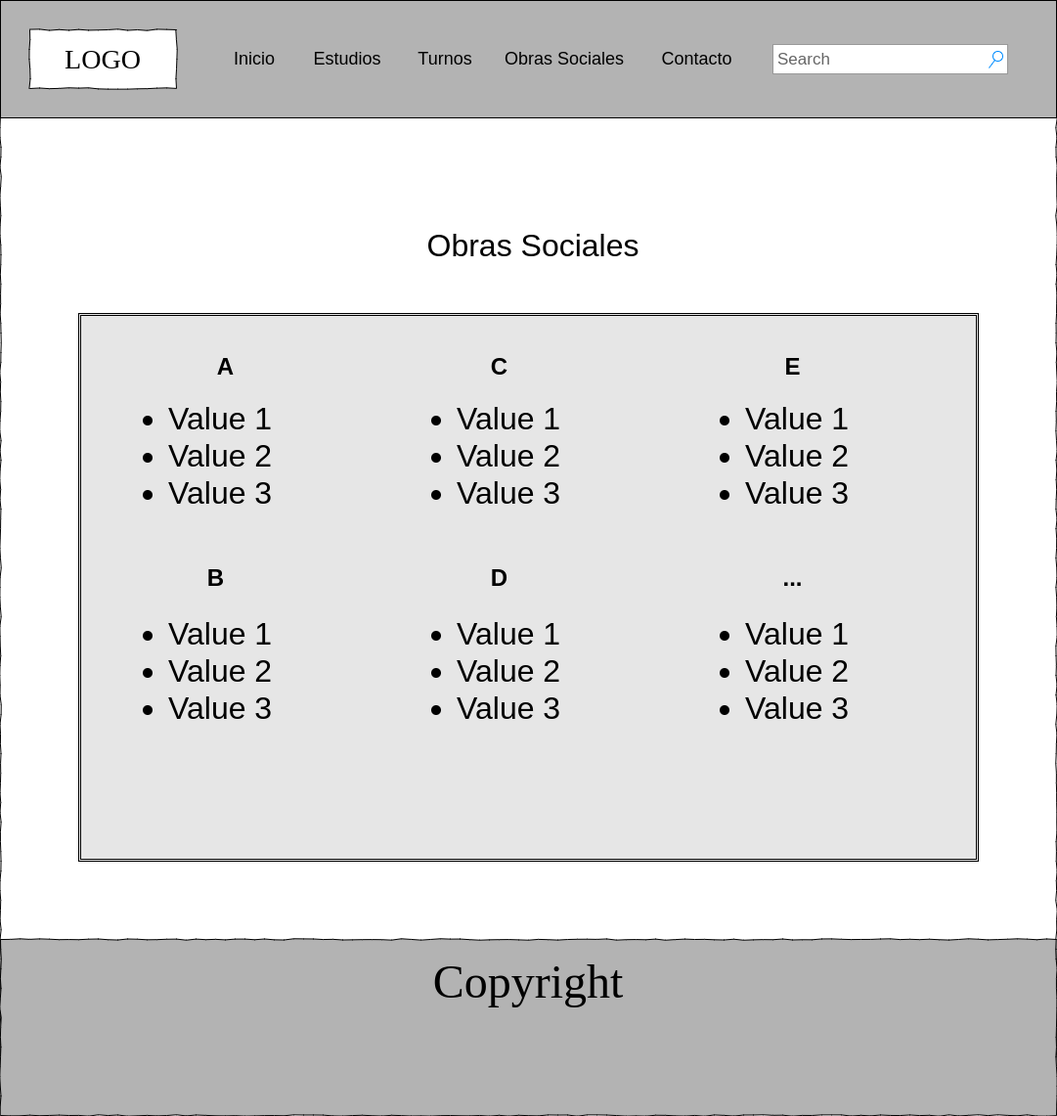
Earlier version of the draw.io export wireframes/obras-sociales.png (andresgerz/consultorio-rx). Source tidied: cells renumbered, new cells last; positions are measured from the earlier drawing's top-left corner, leaving out a move shared by most shapes.
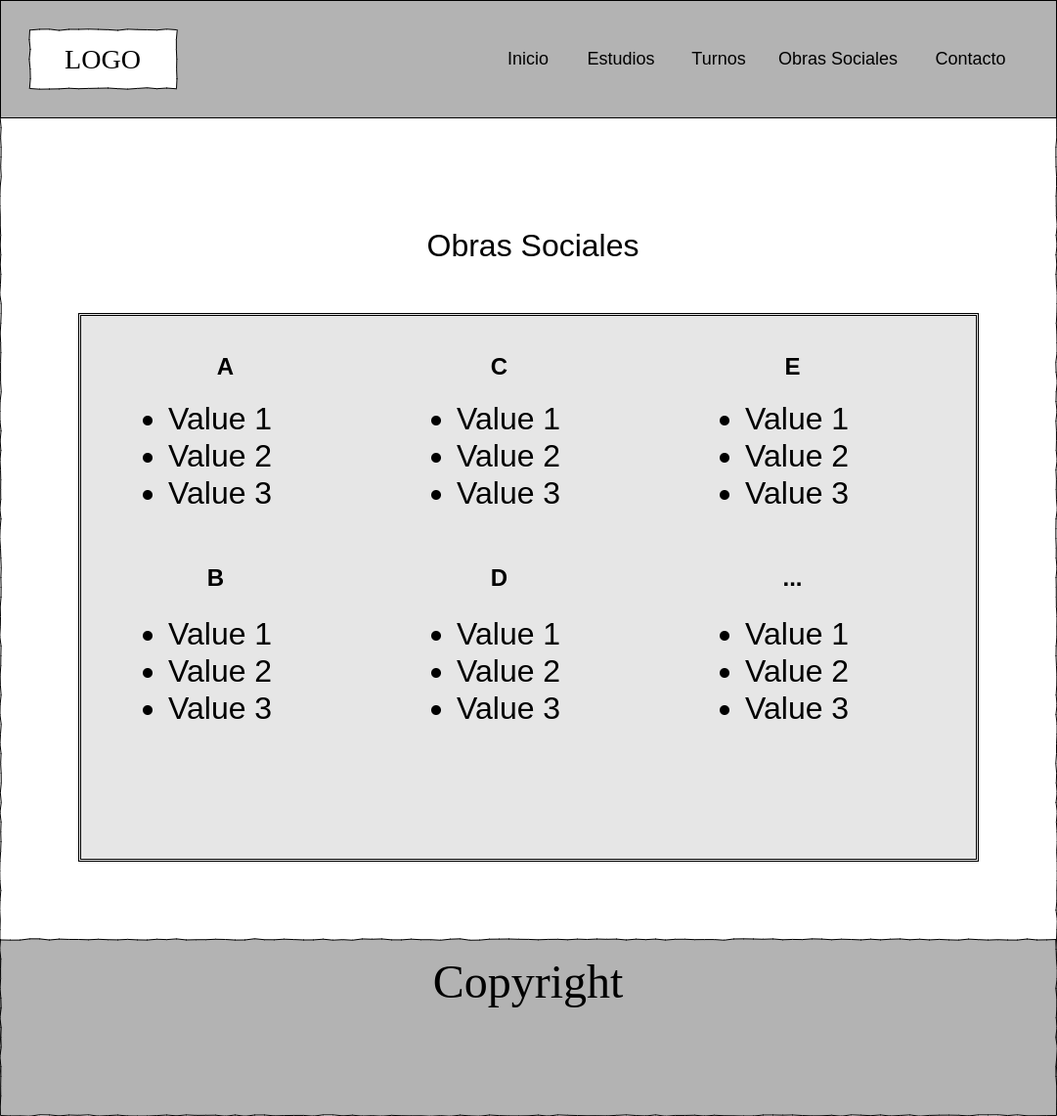
Later version of the same file.

Diff of the diagram source:
```diff
@@ -14,23 +14,20 @@
     <mxCell id="5" value="&lt;div style=&quot;text-align: justify&quot;&gt;&lt;span style=&quot;font-size: 48px&quot;&gt;Copyright&lt;/span&gt;&lt;/div&gt;" style="whiteSpace=wrap;html=1;rounded=0;shadow=0;labelBackgroundColor=none;strokeWidth=1;fillColor=#B3B3B3;fontFamily=Verdana;fontSize=12;align=center;verticalAlign=top;spacing=10;comic=1;" parent="1" vertex="1">
       <mxGeometry y="960" width="1080" height="180" as="geometry" />
     </mxCell>
-    <mxCell id="6" value="Search" style="strokeWidth=1;shadow=0;dashed=0;align=center;html=1;shape=mxgraph.mockup.forms.searchBox;strokeColor=#999999;mainText=;strokeColor2=#008cff;fontColor=#666666;fontSize=17;align=left;spacingLeft=3;" parent="1" vertex="1">
-      <mxGeometry x="790" y="45" width="240" height="30" as="geometry" />
-    </mxCell>
     <mxCell id="7" value="Inicio" style="text;html=1;strokeColor=none;fillColor=none;align=center;verticalAlign=middle;whiteSpace=wrap;rounded=0;fontSize=18;" parent="1" vertex="1">
-      <mxGeometry x="240" y="50" width="40" height="20" as="geometry" />
+      <mxGeometry x="520" y="50" width="40" height="20" as="geometry" />
     </mxCell>
     <mxCell id="8" value="Estudios" style="text;html=1;strokeColor=none;fillColor=none;align=center;verticalAlign=middle;whiteSpace=wrap;rounded=0;fontSize=18;" parent="1" vertex="1">
-      <mxGeometry x="320" y="50" width="70" height="20" as="geometry" />
+      <mxGeometry x="600" y="50" width="70" height="20" as="geometry" />
     </mxCell>
     <mxCell id="9" value="Turnos" style="text;html=1;strokeColor=none;fillColor=none;align=center;verticalAlign=middle;whiteSpace=wrap;rounded=0;fontSize=18;" parent="1" vertex="1">
-      <mxGeometry x="430" y="50" width="50" height="20" as="geometry" />
+      <mxGeometry x="710" y="50" width="50" height="20" as="geometry" />
     </mxCell>
     <mxCell id="10" value="Obras Sociales" style="text;html=1;strokeColor=none;fillColor=none;align=center;verticalAlign=middle;whiteSpace=wrap;rounded=0;fontSize=18;" parent="1" vertex="1">
-      <mxGeometry x="512.5" y="50" width="127.5" height="20" as="geometry" />
+      <mxGeometry x="792.5" y="50" width="127.5" height="20" as="geometry" />
     </mxCell>
     <mxCell id="11" value="Contacto" style="text;html=1;strokeColor=none;fillColor=none;align=center;verticalAlign=middle;whiteSpace=wrap;rounded=0;fontSize=18;" parent="1" vertex="1">
-      <mxGeometry x="675" y="50" width="75" height="20" as="geometry" />
+      <mxGeometry x="955" y="50" width="75" height="20" as="geometry" />
     </mxCell>
     <mxCell id="12" value="Obras Sociales" style="text;html=1;strokeColor=none;fillColor=none;align=center;verticalAlign=middle;whiteSpace=wrap;rounded=0;fontSize=32;" parent="1" vertex="1">
       <mxGeometry x="405" y="160" width="280" height="180" as="geometry" />
```
